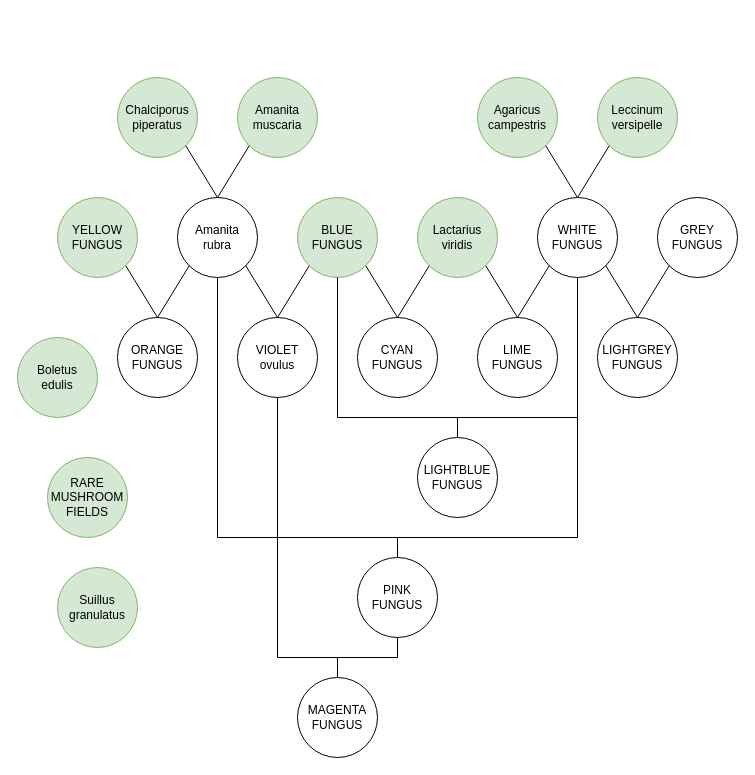
Before: src/main/resources/data/mycologymod/fungi_breeding/mutations-diagram.drawio in SimoMett/MycologyMC, a draw.io diagram. Source tidied: cells renumbered, new cells numbered last; positions are measured from the earlier drawing's top-left corner, leaving out a move shared by most shapes. Both pictures are drawn from the tidied source at 100%, with x=0, y=0 at pixel (17, 77).
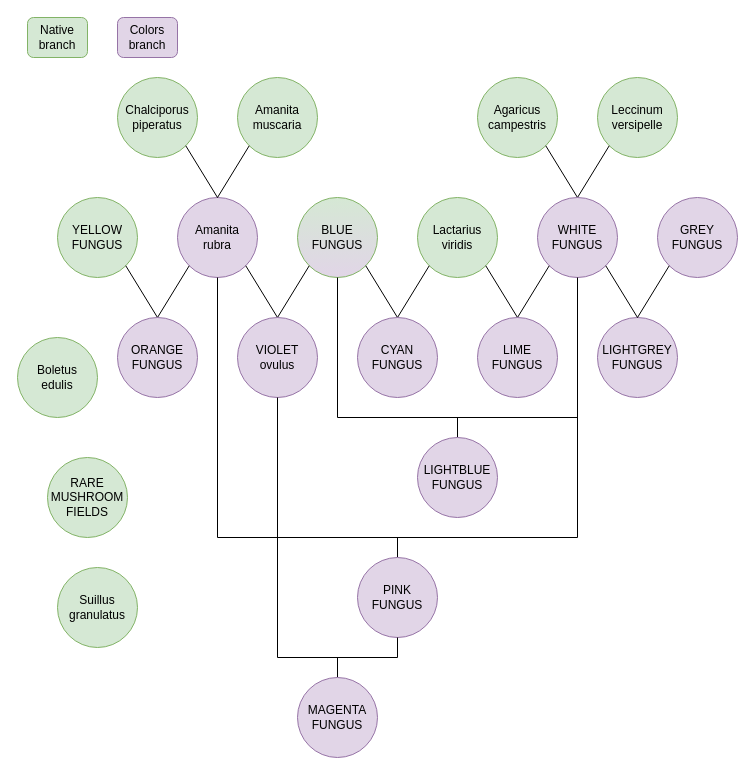
After the change.

What changed in the source:
```diff
@@
-    <mxCell id="4" value="Amanita&lt;br&gt;rubra" style="ellipse;whiteSpace=wrap;html=1;" parent="1" vertex="1">
+    <mxCell id="4" value="Amanita&lt;br&gt;rubra" style="ellipse;whiteSpace=wrap;html=1;fillColor=#e1d5e7;strokeColor=#9673a6;" parent="1" vertex="1">
       <mxGeometry x="160" y="120" width="80" height="80" as="geometry" />
     </mxCell>
@@
-    <mxCell id="10" value="ORANGE&lt;br&gt;FUNGUS" style="ellipse;whiteSpace=wrap;html=1;" parent="1" vertex="1">
+    <mxCell id="10" value="ORANGE&lt;br&gt;FUNGUS" style="ellipse;whiteSpace=wrap;html=1;fillColor=#e1d5e7;strokeColor=#9673a6;" parent="1" vertex="1">
       <mxGeometry x="100" y="240" width="80" height="80" as="geometry" />
     </mxCell>
-    <mxCell id="11" value="BLUE&lt;br&gt;FUNGUS" style="ellipse;whiteSpace=wrap;html=1;fillColor=#d5e8d4;strokeColor=#82b366;" parent="1" vertex="1">
+    <mxCell id="11" value="BLUE&lt;br&gt;FUNGUS" style="ellipse;whiteSpace=wrap;html=1;fillColor=#e1d5e7;strokeColor=#82B366;gradientDirection=north;gradientColor=#D5E8D4;" parent="1" vertex="1">
       <mxGeometry x="280" y="120" width="80" height="80" as="geometry" />
     </mxCell>
@@
-    <mxCell id="14" value="VIOLET&lt;br&gt;ovulus" style="ellipse;whiteSpace=wrap;html=1;" parent="1" vertex="1">
+    <mxCell id="14" value="VIOLET&lt;br&gt;ovulus" style="ellipse;whiteSpace=wrap;html=1;fillColor=#e1d5e7;strokeColor=#9673a6;" parent="1" vertex="1">
       <mxGeometry x="220" y="240" width="80" height="80" as="geometry" />
     </mxCell>
@@
-    <mxCell id="19" value="CYAN&lt;br&gt;FUNGUS" style="ellipse;whiteSpace=wrap;html=1;" parent="1" vertex="1">
+    <mxCell id="19" value="CYAN&lt;br&gt;FUNGUS" style="ellipse;whiteSpace=wrap;html=1;fillColor=#e1d5e7;strokeColor=#9673a6;" parent="1" vertex="1">
       <mxGeometry x="340" y="240" width="80" height="80" as="geometry" />
     </mxCell>
@@
-    <mxCell id="23" value="WHITE&lt;br&gt;FUNGUS" style="ellipse;whiteSpace=wrap;html=1;" parent="1" vertex="1">
+    <mxCell id="23" value="WHITE&lt;br&gt;FUNGUS" style="ellipse;whiteSpace=wrap;html=1;fillColor=#e1d5e7;strokeColor=#9673a6;" parent="1" vertex="1">
       <mxGeometry x="520" y="120" width="80" height="80" as="geometry" />
     </mxCell>
@@
-    <mxCell id="26" value="LIME&lt;br&gt;FUNGUS" style="ellipse;whiteSpace=wrap;html=1;" parent="1" vertex="1">
+    <mxCell id="26" value="LIME&lt;br&gt;FUNGUS" style="ellipse;whiteSpace=wrap;html=1;fillColor=#e1d5e7;strokeColor=#9673a6;" parent="1" vertex="1">
       <mxGeometry x="460" y="240" width="80" height="80" as="geometry" />
     </mxCell>
@@
-    <mxCell id="31" value="LIGHTBLUE&lt;br&gt;FUNGUS" style="ellipse;whiteSpace=wrap;html=1;" parent="1" vertex="1">
+    <mxCell id="31" value="LIGHTBLUE&lt;br&gt;FUNGUS" style="ellipse;whiteSpace=wrap;html=1;fillColor=#e1d5e7;strokeColor=#9673a6;" parent="1" vertex="1">
       <mxGeometry x="400" y="360" width="80" height="80" as="geometry" />
     </mxCell>
@@
-    <mxCell id="35" value="PINK&lt;br&gt;FUNGUS" style="ellipse;whiteSpace=wrap;html=1;" parent="1" vertex="1">
+    <mxCell id="35" value="PINK&lt;br&gt;FUNGUS" style="ellipse;whiteSpace=wrap;html=1;fillColor=#e1d5e7;strokeColor=#9673a6;" parent="1" vertex="1">
       <mxGeometry x="340" y="480" width="80" height="80" as="geometry" />
     </mxCell>
@@
-    <mxCell id="40" value="MAGENTA&lt;br&gt;FUNGUS" style="ellipse;whiteSpace=wrap;html=1;" parent="1" vertex="1">
+    <mxCell id="40" value="MAGENTA&lt;br&gt;FUNGUS" style="ellipse;whiteSpace=wrap;html=1;fillColor=#e1d5e7;strokeColor=#9673a6;" parent="1" vertex="1">
       <mxGeometry x="280" y="600" width="80" height="80" as="geometry" />
     </mxCell>
-    <mxCell id="41" value="LIGHTGREY&lt;br&gt;FUNGUS" style="ellipse;whiteSpace=wrap;html=1;" parent="1" vertex="1">
+    <mxCell id="41" value="LIGHTGREY&lt;br&gt;FUNGUS" style="ellipse;whiteSpace=wrap;html=1;fillColor=#e1d5e7;strokeColor=#9673a6;" parent="1" vertex="1">
       <mxGeometry x="580" y="240" width="80" height="80" as="geometry" />
     </mxCell>
-    <mxCell id="42" value="GREY&lt;br&gt;FUNGUS" style="ellipse;whiteSpace=wrap;html=1;" parent="1" vertex="1">
+    <mxCell id="42" value="GREY&lt;br&gt;FUNGUS" style="ellipse;whiteSpace=wrap;html=1;fillColor=#e1d5e7;strokeColor=#9673a6;" parent="1" vertex="1">
       <mxGeometry x="640" y="120" width="80" height="80" as="geometry" />
     </mxCell>
@@
+    <mxCell id="48" value="Native branch" style="rounded=1;whiteSpace=wrap;html=1;fillColor=#d5e8d4;strokeColor=#82b366;" parent="1" vertex="1">
+      <mxGeometry x="10" y="-60" width="60" height="40" as="geometry" />
+    </mxCell>
+    <mxCell id="49" value="Colors branch" style="rounded=1;whiteSpace=wrap;html=1;fillColor=#e1d5e7;strokeColor=#9673a6;" parent="1" vertex="1">
+      <mxGeometry x="100" y="-60" width="60" height="40" as="geometry" />
+    </mxCell>
```
